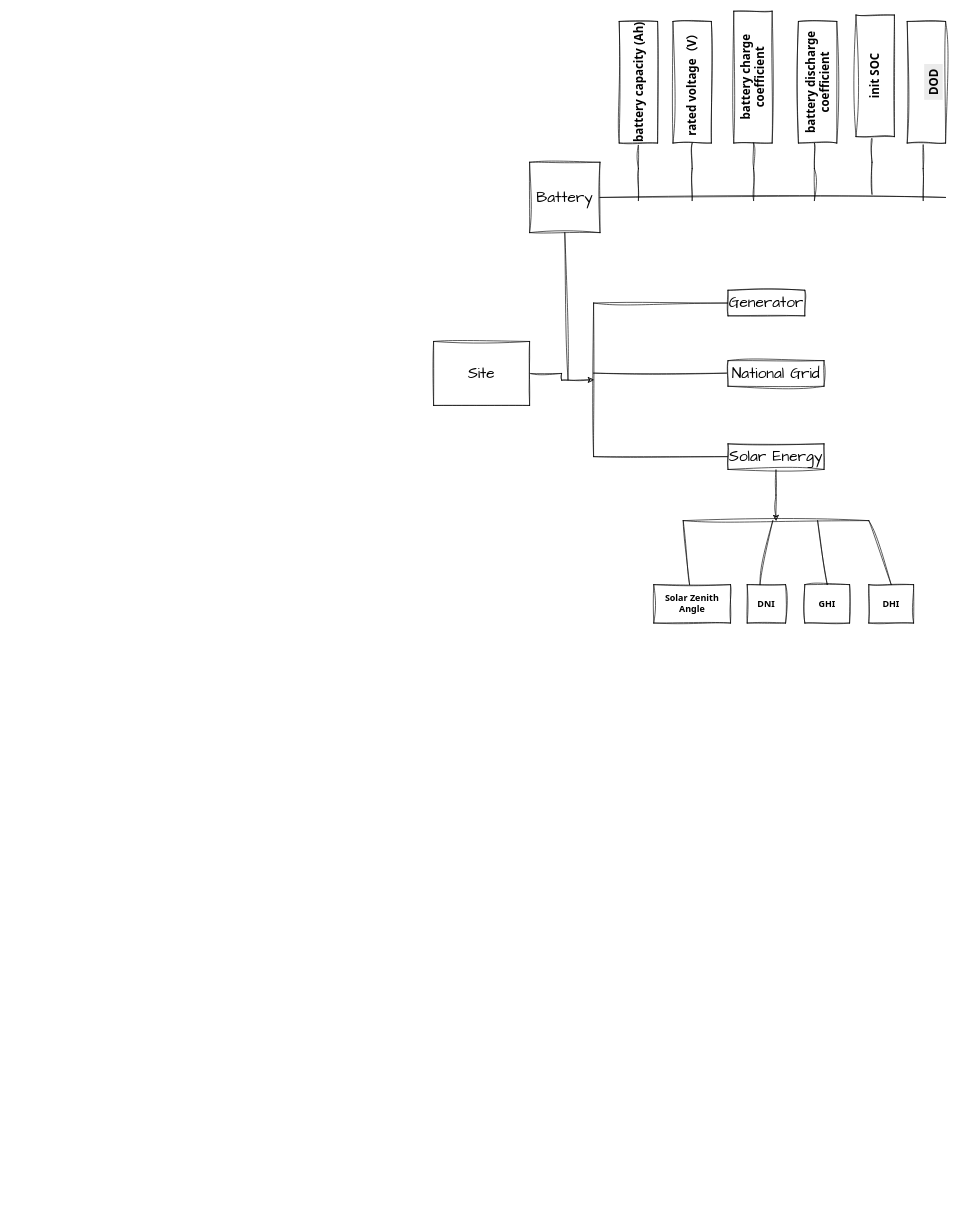
The draw.io diagram reports/analysis/figures/Smart-Energy-Supply-Scheduling-for-Green-Telecom-Challenge.drawio in AlfredBaraka/Smart-Energy-Supply-Scheduling-for-Green-Telecom-Challenge, before the edit. Source tidied: cells renumbered, new cells numbered last; positions are measured from the earlier drawing's top-left corner, leaving out a move shared by most shapes. Both pictures are drawn from the tidied source at 64%, with x=0, y=0 at pixel (433, 11).
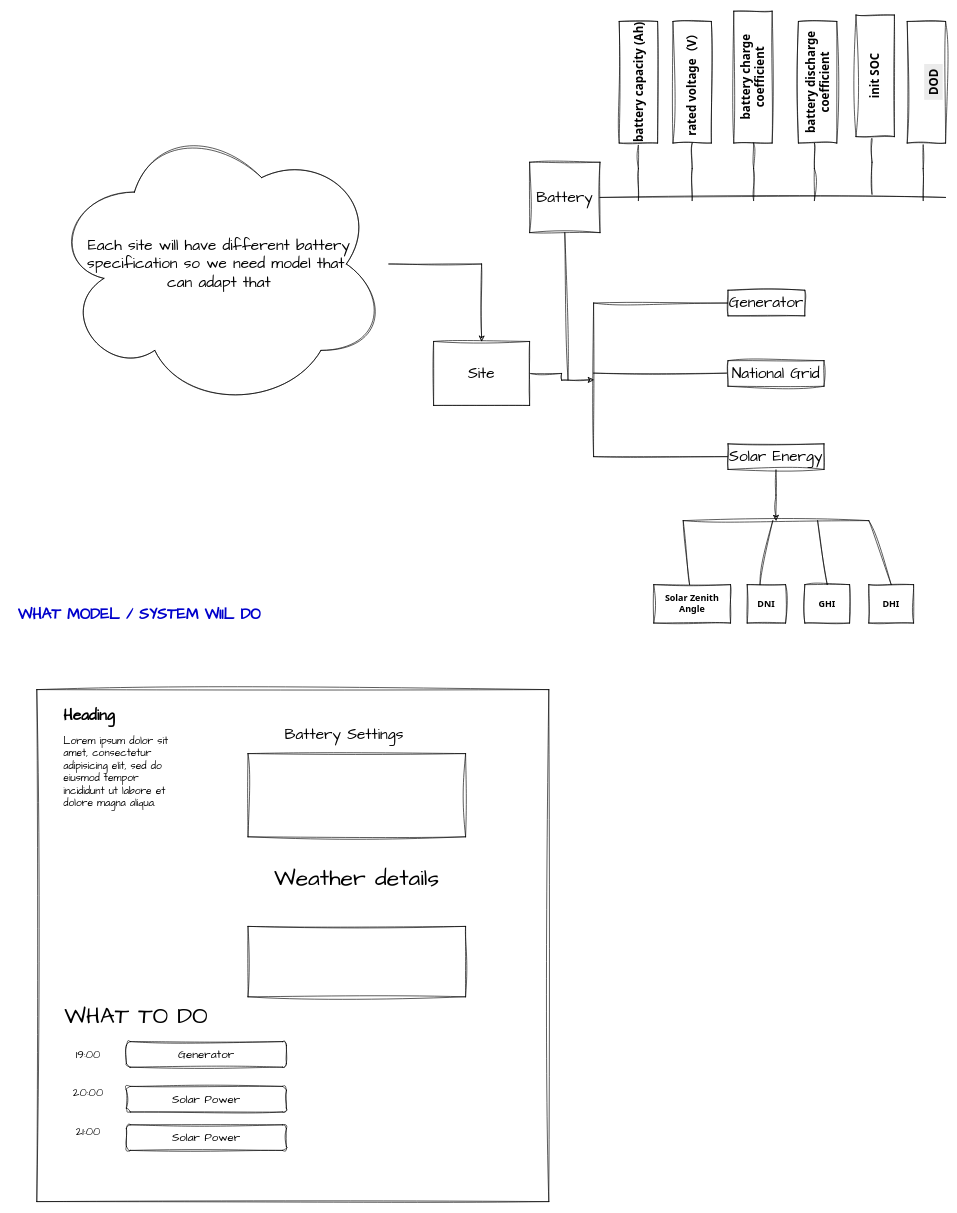
The same diagram, later.

Commit message (it also covers changes not shown here):
Model Trained

The change refers to these unchanged cells:
```xml
<mxCell id="4" value="&lt;font style=&quot;font-size: 24px;&quot;&gt;Site&lt;/font&gt;" style="rounded=0;whiteSpace=wrap;html=1;sketch=1;hachureGap=4;jiggle=2;curveFitting=1;fontFamily=Architects Daughter;" parent="2" vertex="1">
  <mxGeometry y="516" width="150" height="100" as="geometry" />
</mxCell>
```

Diff of the diagram source:
```diff
@@
     <mxCell id="2" style="group;" parent="1" vertex="1">
-      <mxGeometry width="800" height="956" as="geometry" />
+      <mxGeometry width="800" height="990" as="geometry" />
     </mxCell>
@@
+    <mxCell id="40" style="edgeStyle=orthogonalEdgeStyle;rounded=0;sketch=1;hachureGap=4;jiggle=2;curveFitting=1;jettySize=auto;html=1;entryX=0.5;entryY=0;entryDx=0;entryDy=0;fontFamily=Architects Daughter;" parent="1" edge="1" source="41" target="4">
+      <mxGeometry relative="1" as="geometry" />
+    </mxCell>
+    <mxCell id="41" value="&lt;font style=&quot;font-size: 24px;&quot;&gt;Each site will have different battery specification so we need model that&amp;nbsp;&lt;/font&gt;&lt;div&gt;&lt;font style=&quot;font-size: 24px;&quot;&gt;can&amp;nbsp;&lt;/font&gt;&lt;span style=&quot;font-size: 24px; background-color: initial;&quot;&gt;adapt that&lt;/span&gt;&lt;/div&gt;" style="ellipse;shape=cloud;whiteSpace=wrap;html=1;sketch=1;hachureGap=4;jiggle=2;curveFitting=1;fontFamily=Architects Daughter;" parent="1" vertex="1">
+      <mxGeometry x="-600" y="170" width="530" height="450" as="geometry" />
+    </mxCell>
+    <mxCell id="42" value="&lt;font color=&quot;#0000cc&quot; style=&quot;font-size: 24px;&quot;&gt;&lt;b&gt;WHAT MODEL / SYSTEM WIIL DO&lt;/b&gt;&lt;/font&gt;" style="text;html=1;align=center;verticalAlign=middle;strokeColor=none;fillColor=none;fontFamily=Architects Daughter;" parent="1" vertex="1">
+      <mxGeometry x="-660" y="923" width="400" height="40" as="geometry" />
+    </mxCell>
+    <mxCell id="43" style="whiteSpace=wrap;html=1;sketch=1;hachureGap=4;jiggle=2;curveFitting=1;fontFamily=Architects Daughter;" parent="1" vertex="1">
+      <mxGeometry x="-620" y="1060" width="800" height="800" as="geometry" />
+    </mxCell>
+    <mxCell id="44" value="&lt;h1 style=&quot;margin-top: 0px;&quot;&gt;&lt;font style=&quot;font-size: 24px;&quot;&gt;Heading&lt;/font&gt;&lt;/h1&gt;&lt;p&gt;&lt;font size=&quot;3&quot;&gt;Lorem ipsum dolor sit amet, consectetur adipisicing elit, sed do eiusmod tempor incididunt ut labore et dolore magna aliqua.&lt;/font&gt;&lt;/p&gt;" style="text;html=1;whiteSpace=wrap;overflow=hidden;rounded=0;fontFamily=Architects Daughter;" parent="1" vertex="1">
+      <mxGeometry x="-580" y="1080" width="180" height="190" as="geometry" />
+    </mxCell>
+    <mxCell id="45" style="group;" parent="1" vertex="1">
+      <mxGeometry x="-290" y="1110" width="340" height="430" as="geometry" />
+    </mxCell>
+    <mxCell id="46" style="rounded=0;whiteSpace=wrap;html=1;sketch=1;hachureGap=4;jiggle=2;curveFitting=1;fontFamily=Architects Daughter;" parent="45" vertex="1">
+      <mxGeometry y="50" width="340" height="130" as="geometry" />
+    </mxCell>
+    <mxCell id="47" value="&lt;font style=&quot;font-size: 24px;&quot;&gt;Battery Settings&lt;/font&gt;" style="text;html=1;align=center;verticalAlign=middle;strokeColor=none;fillColor=none;fontFamily=Architects Daughter;" parent="45" vertex="1">
+      <mxGeometry x="45" width="210" height="40" as="geometry" />
+    </mxCell>
+    <mxCell id="48" value="&lt;font style=&quot;font-size: 36px;&quot;&gt;Weather details&lt;/font&gt;" style="text;html=1;align=center;verticalAlign=middle;whiteSpace=wrap;rounded=0;fontFamily=Architects Daughter;" parent="45" vertex="1">
+      <mxGeometry x="25" y="230" width="290" height="30" as="geometry" />
+    </mxCell>
+    <mxCell id="49" style="rounded=0;whiteSpace=wrap;html=1;sketch=1;hachureGap=4;jiggle=2;curveFitting=1;fontFamily=Architects Daughter;" parent="45" vertex="1">
+      <mxGeometry y="320" width="340" height="110" as="geometry" />
+    </mxCell>
+    <mxCell id="50" value="&lt;font style=&quot;font-size: 36px;&quot;&gt;WHAT TO DO&lt;/font&gt;" style="text;html=1;align=center;verticalAlign=middle;strokeColor=none;fillColor=none;fontFamily=Architects Daughter;" parent="1" vertex="1">
+      <mxGeometry x="-590" y="1540" width="250" height="60" as="geometry" />
+    </mxCell>
+    <mxCell id="51" value="&lt;font style=&quot;font-size: 18px;&quot;&gt;19:00&lt;/font&gt;" style="text;html=1;align=center;verticalAlign=middle;strokeColor=none;fillColor=none;fontFamily=Architects Daughter;" parent="1" vertex="1">
+      <mxGeometry x="-570" y="1610" width="60" height="40" as="geometry" />
+    </mxCell>
+    <mxCell id="52" value="&lt;font style=&quot;font-size: 18px;&quot;&gt;20:00&lt;/font&gt;" style="text;html=1;align=center;verticalAlign=middle;strokeColor=none;fillColor=none;fontFamily=Architects Daughter;" parent="1" vertex="1">
+      <mxGeometry x="-575" y="1670" width="70" height="40" as="geometry" />
+    </mxCell>
+    <mxCell id="53" value="&lt;font style=&quot;font-size: 18px;&quot;&gt;21:00&lt;/font&gt;" style="text;html=1;align=center;verticalAlign=middle;strokeColor=none;fillColor=none;fontFamily=Architects Daughter;" parent="1" vertex="1">
+      <mxGeometry x="-570" y="1730" width="60" height="40" as="geometry" />
+    </mxCell>
+    <mxCell id="54" value="&lt;font style=&quot;font-size: 18px;&quot;&gt;Generator&lt;/font&gt;" style="rounded=1;whiteSpace=wrap;html=1;sketch=1;hachureGap=4;jiggle=2;curveFitting=1;fontFamily=Architects Daughter;" parent="1" vertex="1">
+      <mxGeometry x="-480" y="1610" width="250" height="40" as="geometry" />
+    </mxCell>
+    <mxCell id="55" value="&lt;font style=&quot;font-size: 18px;&quot;&gt;Solar Power&lt;/font&gt;" style="rounded=1;whiteSpace=wrap;html=1;sketch=1;hachureGap=4;jiggle=2;curveFitting=1;fontFamily=Architects Daughter;" parent="1" vertex="1">
+      <mxGeometry x="-480" y="1680" width="250" height="40" as="geometry" />
+    </mxCell>
+    <mxCell id="56" value="&lt;font style=&quot;font-size: 18px;&quot;&gt;Solar Power&lt;/font&gt;" style="rounded=1;whiteSpace=wrap;html=1;sketch=1;hachureGap=4;jiggle=2;curveFitting=1;fontFamily=Architects Daughter;" parent="1" vertex="1">
+      <mxGeometry x="-480" y="1740" width="250" height="40" as="geometry" />
+    </mxCell>
```
